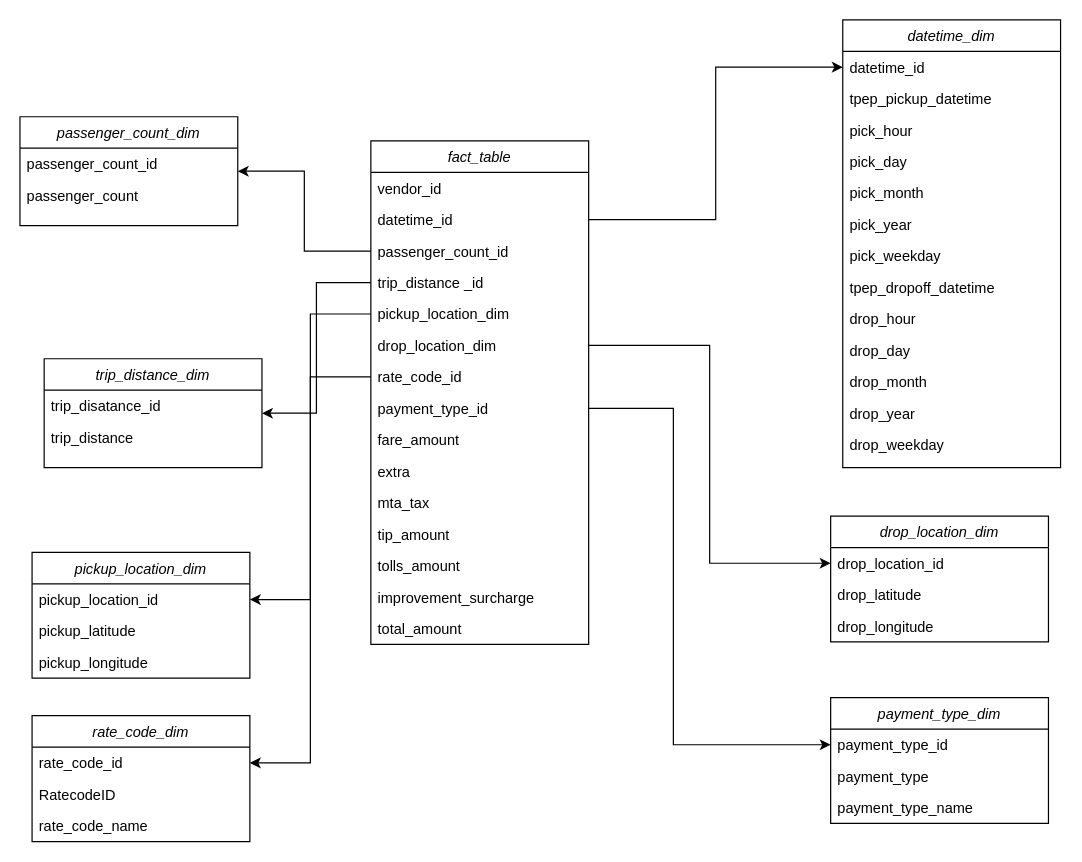
Earlier version of the draw.io diagram Structure Données.drawio (NassBen1/Uber-Data-Engineering). Source tidied: cells renumbered, new cells numbered last; positions are measured from the earlier drawing's top-left corner, leaving out a move shared by most shapes. Both pictures are drawn from the tidied source at 121%, with x=0, y=0 at pixel (19, 19).
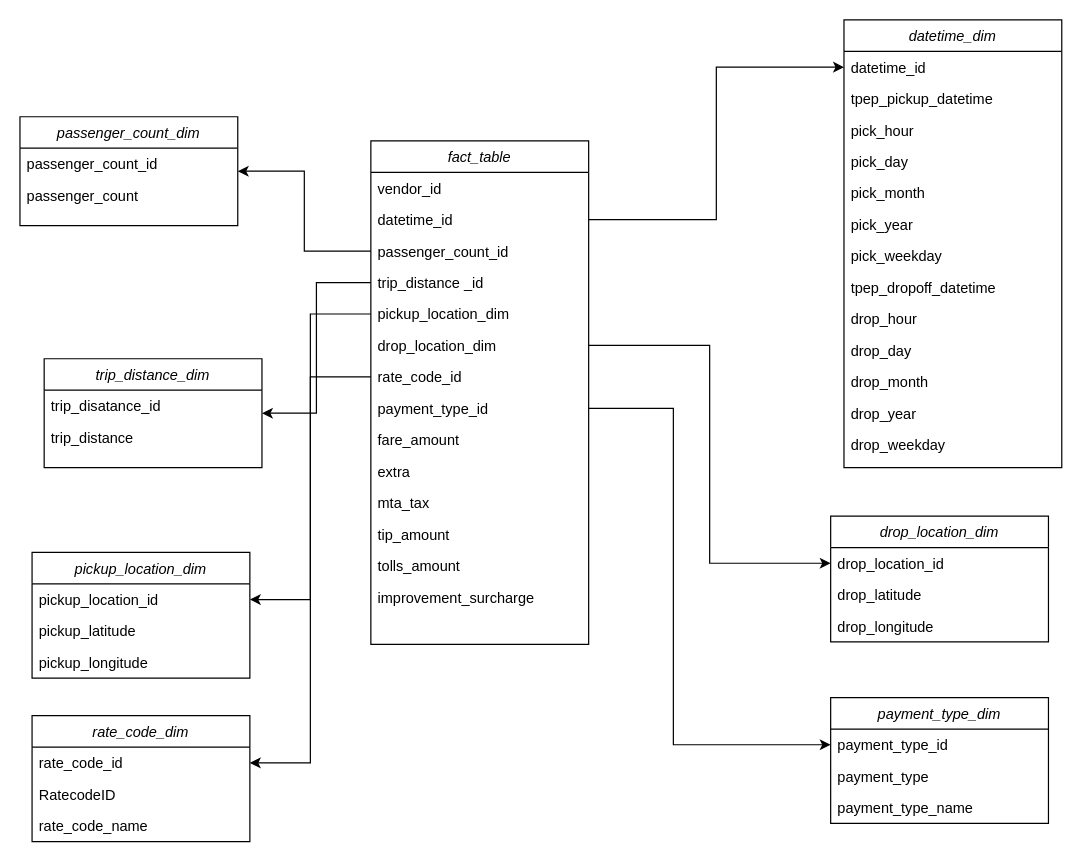
Above is the later version.

Commit message:
Mettre à jour Structure Données.drawio

Unchanged cells that the change refers to:
```xml
<mxCell id="2" value="fact_table" style="swimlane;fontStyle=2;align=center;verticalAlign=top;horizontal=1;startSize=26;rounded=0;shadow=0;strokeWidth=1;" parent="1" vertex="1">
  <mxGeometry x="290" y="100" width="180" height="416" as="geometry" />
</mxCell>
```

Change to the diagram source:
```diff
@@
-    <mxCell id="17" value="total_amount" style="text;align=left;verticalAlign=top;spacingLeft=4;spacingRight=4;overflow=hidden;rounded=0;shadow=0;html=0;" parent="2" vertex="1">
+    <mxCell id="17" style="text;align=left;verticalAlign=top;spacingLeft=4;spacingRight=4;overflow=hidden;rounded=0;shadow=0;html=0;" parent="2" vertex="1">
       <mxGeometry y="390" width="180" height="26" as="geometry" />
     </mxCell>
     <mxCell id="18" value="datetime_dim" style="swimlane;fontStyle=2;align=center;verticalAlign=top;horizontal=1;startSize=26;rounded=0;shadow=0;strokeWidth=1;" parent="1" vertex="1">
-      <mxGeometry x="680" width="180" height="370" as="geometry" />
+      <mxGeometry x="681" width="180" height="370" as="geometry" />
     </mxCell>
```
